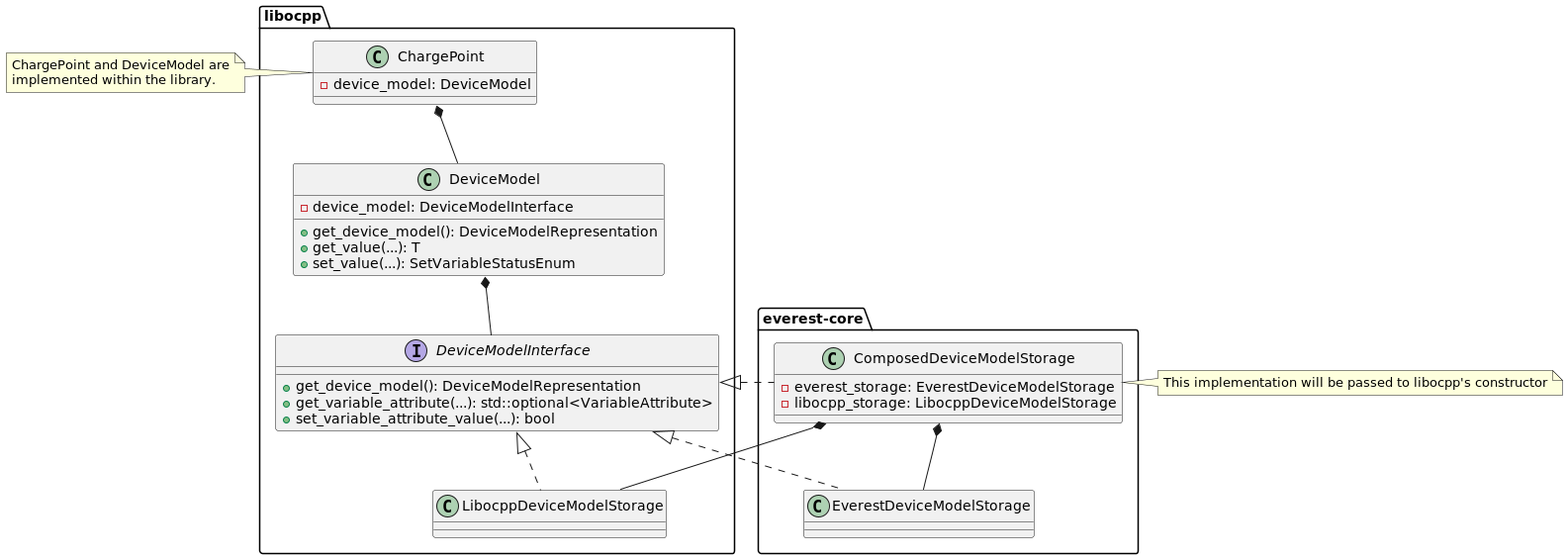
This is modules/OCPP201/doc/device_model_class_diagram.png from EVerest/everest-core, a PlantUML export, as it was before one commit. Its diagram source:
```plantuml
@startuml

package libocpp {

class ChargePoint {
  - device_model: DeviceModel
}

class DeviceModel {
  - device_model: DeviceModelInterface
  + get_device_model(): DeviceModelRepresentation
  + get_value(...): T
  + set_value(...): SetVariableStatusEnum
}

interface DeviceModelInterface {
  + get_device_model(): DeviceModelRepresentation
  + get_variable_attribute(...): std::optional<VariableAttribute>
  + set_variable_attribute_value(...): bool
}

class LibocppDeviceModelStorage implements DeviceModelInterface

}

package everest-core {

class EverestDeviceModelStorage implements libocpp.DeviceModelInterface
class ComposedDeviceModelStorage implements libocpp.DeviceModelInterface {
    - everest_storage: EverestDeviceModelStorage
    - libocpp_storage: LibocppDeviceModelStorage
}
}

note left of ChargePoint
  ChargePoint and DeviceModel are
  implemented within the library.
end note

note right of ComposedDeviceModelStorage
    This implementation will be passed to libocpp's constructor
end note

ChargePoint *-- DeviceModel
DeviceModel *-- DeviceModelInterface
ComposedDeviceModelStorage *-- EverestDeviceModelStorage
ComposedDeviceModelStorage *-- LibocppDeviceModelStorage

@enduml
```
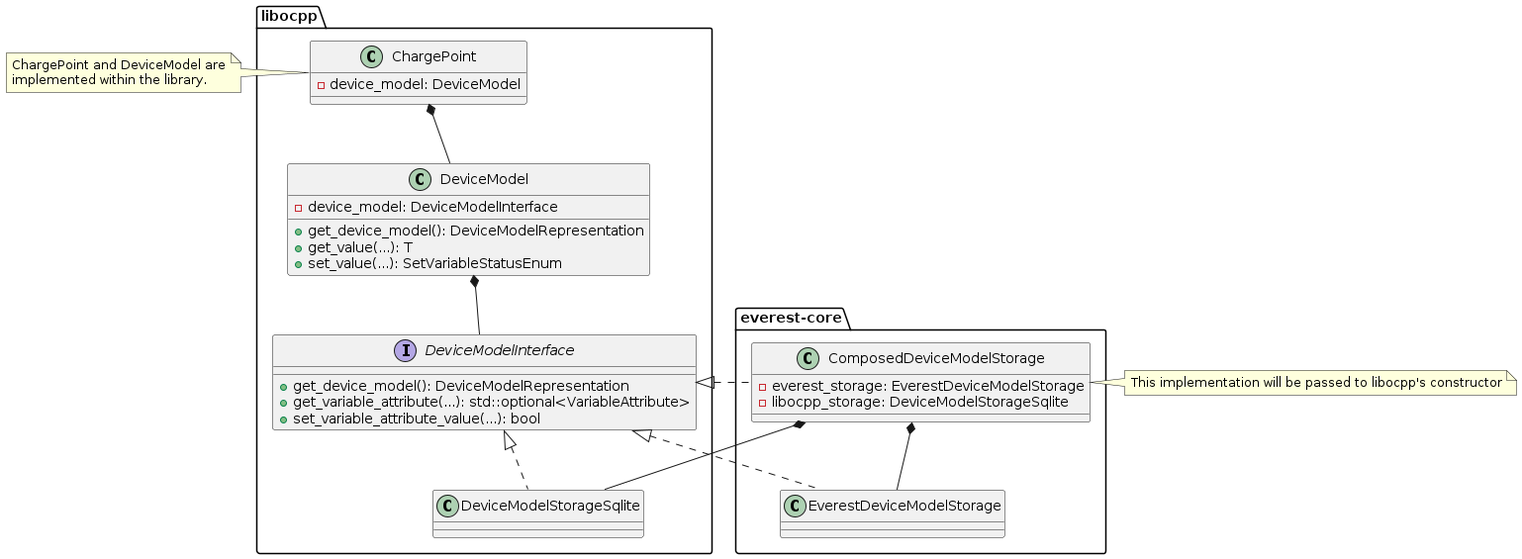
After the change.

Commit message:
Harmonized naming within written documentation and diagrams and added some further explainations

What changed in the source:
```diff
@@ -19,7 +19,7 @@
   + set_variable_attribute_value(...): bool
 }
 
-class LibocppDeviceModelStorage implements DeviceModelInterface
+class DeviceModelStorageSqlite implements DeviceModelInterface
 
 }
 
@@ -28,7 +28,7 @@
 class EverestDeviceModelStorage implements libocpp.DeviceModelInterface
 class ComposedDeviceModelStorage implements libocpp.DeviceModelInterface {
     - everest_storage: EverestDeviceModelStorage
-    - libocpp_storage: LibocppDeviceModelStorage
+    - libocpp_storage: DeviceModelStorageSqlite
 }
 }
 
@@ -44,6 +44,6 @@
 ChargePoint *-- DeviceModel
 DeviceModel *-- DeviceModelInterface
 ComposedDeviceModelStorage *-- EverestDeviceModelStorage
-ComposedDeviceModelStorage *-- LibocppDeviceModelStorage
+ComposedDeviceModelStorage *-- DeviceModelStorageSqlite
 
 @enduml
```
